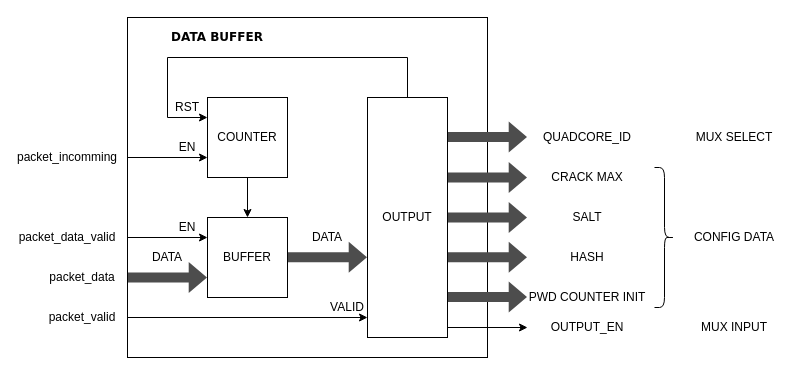
Djokzer/fpga_bruteforce_attack keeps this draw.io diagram as page "rx_packet_process" (5 of 5) of assets/drawio/communication_protocol.drawio. Above is the earlier version. Source tidied: cells renumbered, new cells numbered last; positions are measured from the earlier drawing's top-left corner, leaving out a move shared by most shapes. Both pictures are drawn from the tidied source at 100%, with x=0, y=0 at pixel (17, 17).
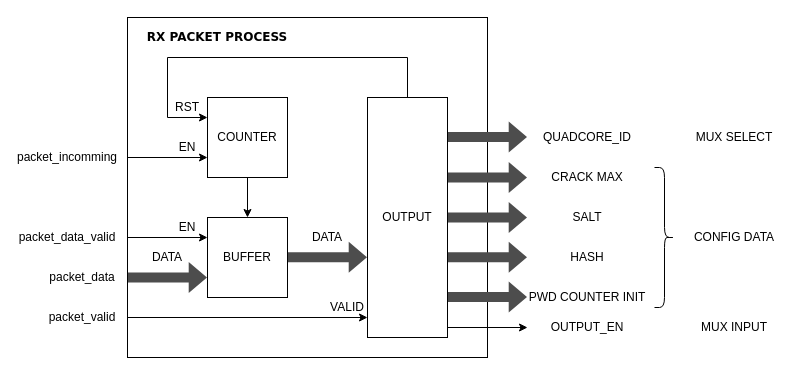
The same diagram, later.

Change to the diagram source:
```diff
@@
-    <mxCell id="33" value="&lt;font&gt;DATA BUFFER&lt;/font&gt;" style="rounded=0;whiteSpace=wrap;html=1;strokeColor=none;fillColor=none;fontStyle=1;fontFamily=Verdana;" parent="1" vertex="1">
+    <mxCell id="33" value="&lt;font&gt;RX PACKET PROCESS&lt;/font&gt;" style="rounded=0;whiteSpace=wrap;html=1;strokeColor=none;fillColor=none;fontStyle=1;fontFamily=Verdana;" parent="1" vertex="1">
       <mxGeometry x="110" width="180" height="40" as="geometry" />
     </mxCell>
```
